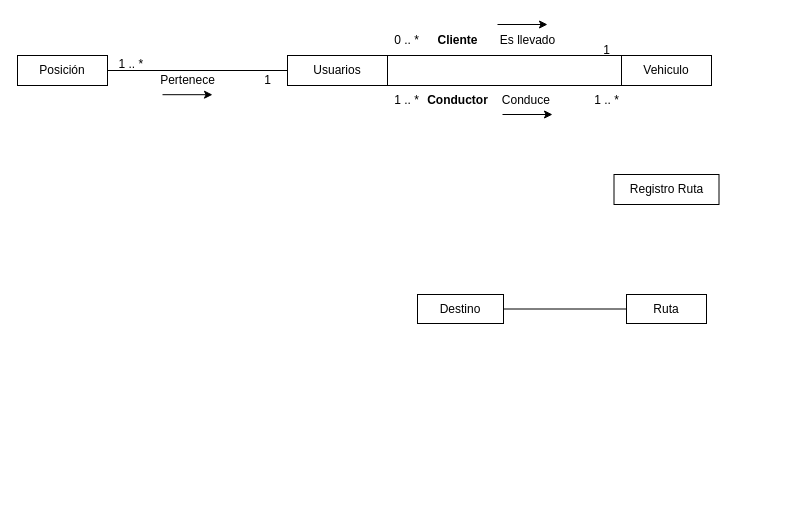
This is ExtraClase/ModeloDominio.drawio from federico1605/RepositorioDOO, a draw.io file, before an edit. Source tidied: cells renumbered, new cells numbered last; positions are measured from the earlier drawing's top-left corner, leaving out a move shared by most shapes. Both pictures are drawn from the tidied source at 100%, with x=0, y=0 at pixel (17, 24).
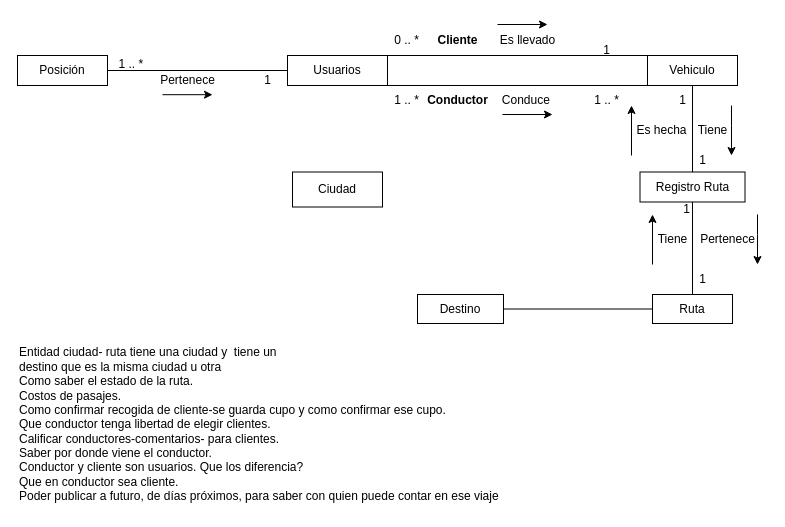
The same diagram, later.

Commit message:
Registro ruta

The edit, as a diff of the source:
```diff
@@
     <mxCell id="2" value="Ruta" style="rounded=0;whiteSpace=wrap;html=1;" parent="1" vertex="1">
-      <mxGeometry x="609" y="270" width="80" height="29" as="geometry" />
+      <mxGeometry x="635" y="270" width="80" height="29" as="geometry" />
     </mxCell>
@@
     <mxCell id="4" value="Vehiculo" style="rounded=0;whiteSpace=wrap;html=1;" parent="1" vertex="1">
-      <mxGeometry x="604" y="31" width="90" height="30" as="geometry" />
+      <mxGeometry x="630" y="31" width="90" height="30" as="geometry" />
     </mxCell>
@@
     <mxCell id="25" value="Registro Ruta" style="rounded=0;whiteSpace=wrap;html=1;" parent="1" vertex="1">
-      <mxGeometry x="596.5" y="150" width="105" height="30" as="geometry" />
+      <mxGeometry x="622.5" y="147.5" width="105" height="30" as="geometry" />
     </mxCell>
+    <mxCell id="26" value="Entidad ciudad- ruta tiene una ciudad y&amp;nbsp; tiene un &lt;br&gt;destino que es la misma ciudad u otra&lt;br&gt;&lt;div&gt;Como saber el estado de la ruta.&lt;/div&gt;&lt;div&gt;Costos de pasajes.&lt;/div&gt;&lt;div&gt;Como confirmar recogida de cliente-se guarda cupo y como confirmar ese cupo.&lt;/div&gt;&lt;div&gt;Que conductor tenga libertad de elegir clientes.&lt;/div&gt;&lt;div&gt;Calificar conductores-comentarios- para clientes.&lt;/div&gt;&lt;div&gt;Saber por donde viene el conductor.&lt;/div&gt;&lt;div&gt;Conductor y cliente son usuarios. Que los diferencia?&amp;nbsp;&lt;/div&gt;&lt;div&gt;Que en conductor sea cliente.&lt;/div&gt;&lt;div&gt;Poder publicar a futuro, de días próximos, para saber con quien puede contar en ese viaje&lt;br&gt;&lt;/div&gt;" style="text;html=1;align=left;verticalAlign=middle;strokeColor=none;fillColor=none;" parent="1" vertex="1">
+      <mxGeometry y="315" width="520" height="170" as="geometry" />
+    </mxCell>
+    <mxCell id="27" value="Ciudad" style="rounded=0;whiteSpace=wrap;html=1;" parent="1" vertex="1">
+      <mxGeometry x="275" y="147.5" width="90" height="35" as="geometry" />
+    </mxCell>
+    <mxCell id="28" style="endArrow=none;html=1;rounded=0;entryX=0.5;entryY=1;entryDx=0;entryDy=0;exitX=0.5;exitY=0;exitDx=0;exitDy=0;" parent="1" edge="1" source="25" target="4">
+      <mxGeometry relative="1" as="geometry" />
+    </mxCell>
+    <mxCell id="29" style="endArrow=none;html=1;rounded=0;entryX=0.5;entryY=1;entryDx=0;entryDy=0;exitX=0.5;exitY=0;exitDx=0;exitDy=0;" parent="1" edge="1" source="2" target="25">
+      <mxGeometry relative="1" as="geometry" />
+    </mxCell>
+    <mxCell id="30" value="1" style="text;html=1;align=center;verticalAlign=middle;strokeColor=none;fillColor=none;" parent="1" vertex="1">
+      <mxGeometry x="650" y="61" width="30" height="30" as="geometry" />
+    </mxCell>
+    <mxCell id="31" value="1" style="text;html=1;align=center;verticalAlign=middle;strokeColor=none;fillColor=none;" parent="1" vertex="1">
+      <mxGeometry x="670" y="121" width="30" height="30" as="geometry" />
+    </mxCell>
+    <mxCell id="32" value="Tiene" style="text;html=1;align=center;verticalAlign=middle;strokeColor=none;fillColor=none;" parent="1" vertex="1">
+      <mxGeometry x="670" y="91" width="50" height="30" as="geometry" />
+    </mxCell>
+    <mxCell id="33" value="Es hecha" style="text;html=1;align=center;verticalAlign=middle;strokeColor=none;fillColor=none;" parent="1" vertex="1">
+      <mxGeometry x="604" y="91" width="80" height="30" as="geometry" />
+    </mxCell>
+    <mxCell id="34" style="endArrow=classic;html=1;rounded=0;" parent="1" edge="1">
+      <mxGeometry relative="1" as="geometry">
+        <mxPoint x="614" y="131" as="sourcePoint" />
+        <mxPoint x="614" y="81" as="targetPoint" />
+      </mxGeometry>
+    </mxCell>
+    <mxCell id="35" value="1" style="text;html=1;align=center;verticalAlign=middle;strokeColor=none;fillColor=none;" parent="1" vertex="1">
+      <mxGeometry x="654" y="170" width="30" height="30" as="geometry" />
+    </mxCell>
+    <mxCell id="36" value="1" style="text;html=1;align=center;verticalAlign=middle;strokeColor=none;fillColor=none;" parent="1" vertex="1">
+      <mxGeometry x="670" y="240" width="30" height="30" as="geometry" />
+    </mxCell>
+    <mxCell id="37" value="Pertenece" style="text;html=1;align=center;verticalAlign=middle;strokeColor=none;fillColor=none;" parent="1" vertex="1">
+      <mxGeometry x="670" y="200" width="80" height="30" as="geometry" />
+    </mxCell>
+    <mxCell id="38" style="endArrow=classic;html=1;rounded=0;" parent="1" edge="1">
+      <mxGeometry relative="1" as="geometry">
+        <mxPoint x="714" y="81" as="sourcePoint" />
+        <mxPoint x="714" y="131" as="targetPoint" />
+        <Array as="points">
+          <mxPoint x="714" y="101" />
+        </Array>
+      </mxGeometry>
+    </mxCell>
+    <mxCell id="39" style="endArrow=classic;html=1;rounded=0;" parent="1" edge="1">
+      <mxGeometry relative="1" as="geometry">
+        <mxPoint x="740" y="190" as="sourcePoint" />
+        <mxPoint x="740" y="240" as="targetPoint" />
+        <Array as="points">
+          <mxPoint x="740" y="210" />
+        </Array>
+      </mxGeometry>
+    </mxCell>
+    <mxCell id="40" value="Tiene" style="text;html=1;align=center;verticalAlign=middle;strokeColor=none;fillColor=none;" parent="1" vertex="1">
+      <mxGeometry x="630" y="200" width="50" height="30" as="geometry" />
+    </mxCell>
+    <mxCell id="41" style="endArrow=classic;html=1;rounded=0;" parent="1" edge="1">
+      <mxGeometry relative="1" as="geometry">
+        <mxPoint x="635" y="240" as="sourcePoint" />
+        <mxPoint x="635" y="190" as="targetPoint" />
+      </mxGeometry>
+    </mxCell>
```
